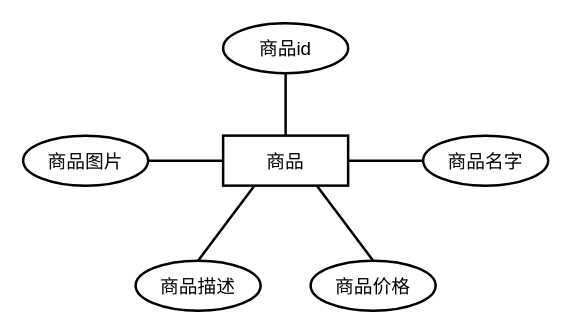
Above: 毕业论文-商品表ER图.drawio in srcrs/draw-static (draw.io), before the change. Source tidied: cells renumbered, new cells numbered last; positions are measured from the earlier drawing's top-left corner, leaving out a move shared by most shapes. Both pictures are drawn from the tidied source at 125%, with x=0, y=0 at pixel (22, 22).
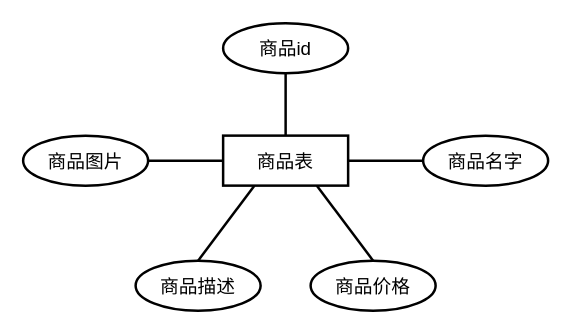
Above is the later version.

Commit message:
更新毕业论文-商品表ER图.drawio

Diff of the diagram source:
```diff
@@
 <mxGraphModel>
   <root>
     <mxCell id="0" />
     <mxCell id="1" parent="0" />
-    <mxCell id="2" value="商品" style="whiteSpace=wrap;html=1;align=center;strokeWidth=2;fontSize=15;" parent="1" vertex="1">
+    <mxCell id="2" value="商品表" style="whiteSpace=wrap;html=1;align=center;strokeWidth=2;fontSize=15;" parent="1" vertex="1">
       <mxGeometry x="160" y="90" width="100" height="40" as="geometry" />
     </mxCell>
     <mxCell id="3" value="商品价格" style="ellipse;whiteSpace=wrap;html=1;align=center;strokeWidth=2;fontSize=15;" parent="1" vertex="1">
       <mxGeometry x="230" y="190" width="100" height="40" as="geometry" />
     </mxCell>
     <mxCell id="4" value="商品描述" style="ellipse;whiteSpace=wrap;html=1;align=center;strokeWidth=2;fontSize=15;" parent="1" vertex="1">
       <mxGeometry x="90" y="190" width="100" height="40" as="geometry" />
     </mxCell>
     <mxCell id="5" value="商品id" style="ellipse;whiteSpace=wrap;html=1;align=center;strokeWidth=2;fontSize=15;" parent="1" vertex="1">
       <mxGeometry x="160" width="100" height="40" as="geometry" />
     </mxCell>
     <mxCell id="6" value="商品名字" style="ellipse;whiteSpace=wrap;html=1;align=center;strokeWidth=2;fontSize=15;" parent="1" vertex="1">
       <mxGeometry x="320" y="90" width="100" height="40" as="geometry" />
     </mxCell>
     <mxCell id="7" value="商品图片" style="ellipse;whiteSpace=wrap;html=1;align=center;strokeWidth=2;fontSize=15;" parent="1" vertex="1">
       <mxGeometry y="90" width="100" height="40" as="geometry" />
     </mxCell>
     <mxCell id="8" style="endArrow=none;html=1;rounded=0;strokeWidth=2;entryX=0.5;entryY=1;entryDx=0;entryDy=0;exitX=0.5;exitY=0;exitDx=0;exitDy=0;fontSize=15;" parent="1" edge="1" source="2" target="5">
       <mxGeometry relative="1" as="geometry" />
     </mxCell>
     <mxCell id="9" style="endArrow=none;html=1;rounded=0;strokeWidth=2;entryX=0;entryY=0.5;entryDx=0;entryDy=0;exitX=1;exitY=0.5;exitDx=0;exitDy=0;fontSize=15;" parent="1" edge="1" source="7" target="2">
       <mxGeometry relative="1" as="geometry" />
     </mxCell>
     <mxCell id="10" style="endArrow=none;html=1;rounded=0;strokeWidth=2;entryX=1;entryY=0.5;entryDx=0;entryDy=0;exitX=0;exitY=0.5;exitDx=0;exitDy=0;fontSize=15;" parent="1" edge="1" source="6" target="2">
       <mxGeometry relative="1" as="geometry" />
     </mxCell>
     <mxCell id="11" style="endArrow=none;html=1;rounded=0;strokeWidth=2;entryX=0.25;entryY=1;entryDx=0;entryDy=0;exitX=0.5;exitY=0;exitDx=0;exitDy=0;fontSize=15;" parent="1" edge="1" source="4" target="2">
       <mxGeometry relative="1" as="geometry" />
     </mxCell>
     <mxCell id="12" style="endArrow=none;html=1;rounded=0;strokeWidth=2;entryX=0.75;entryY=1;entryDx=0;entryDy=0;exitX=0.5;exitY=0;exitDx=0;exitDy=0;fontSize=15;" parent="1" edge="1" source="3" target="2">
       <mxGeometry relative="1" as="geometry" />
     </mxCell>
   </root>
 </mxGraphModel>
```
